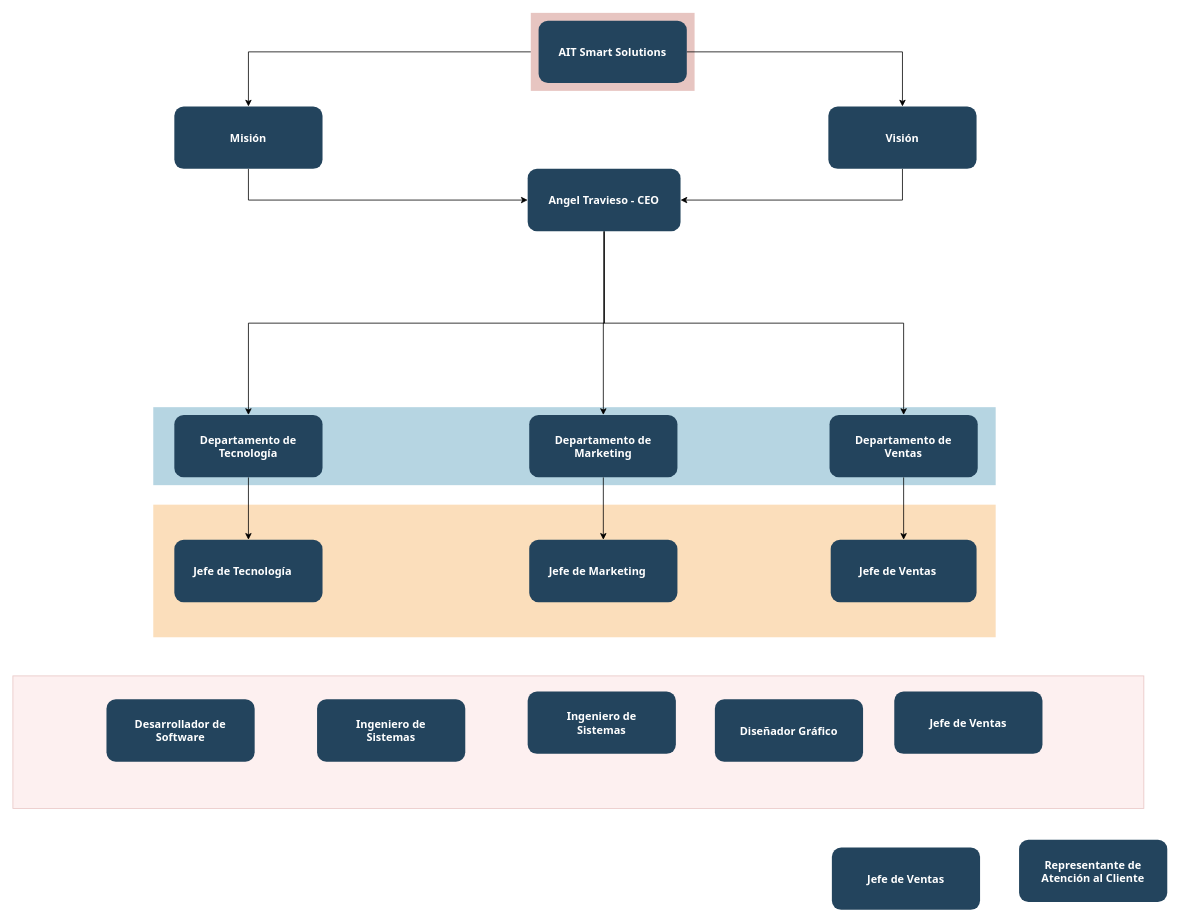
Before: Diagrama sin título.drawio in AngelTravieso/06-cinemapedia, a draw.io diagram. Source tidied: cells renumbered, new cells numbered last; positions are measured from the earlier drawing's top-left corner, leaving out a move shared by most shapes. Both pictures are drawn from the tidied source at 78%, with x=0, y=0 at pixel (12, 12).
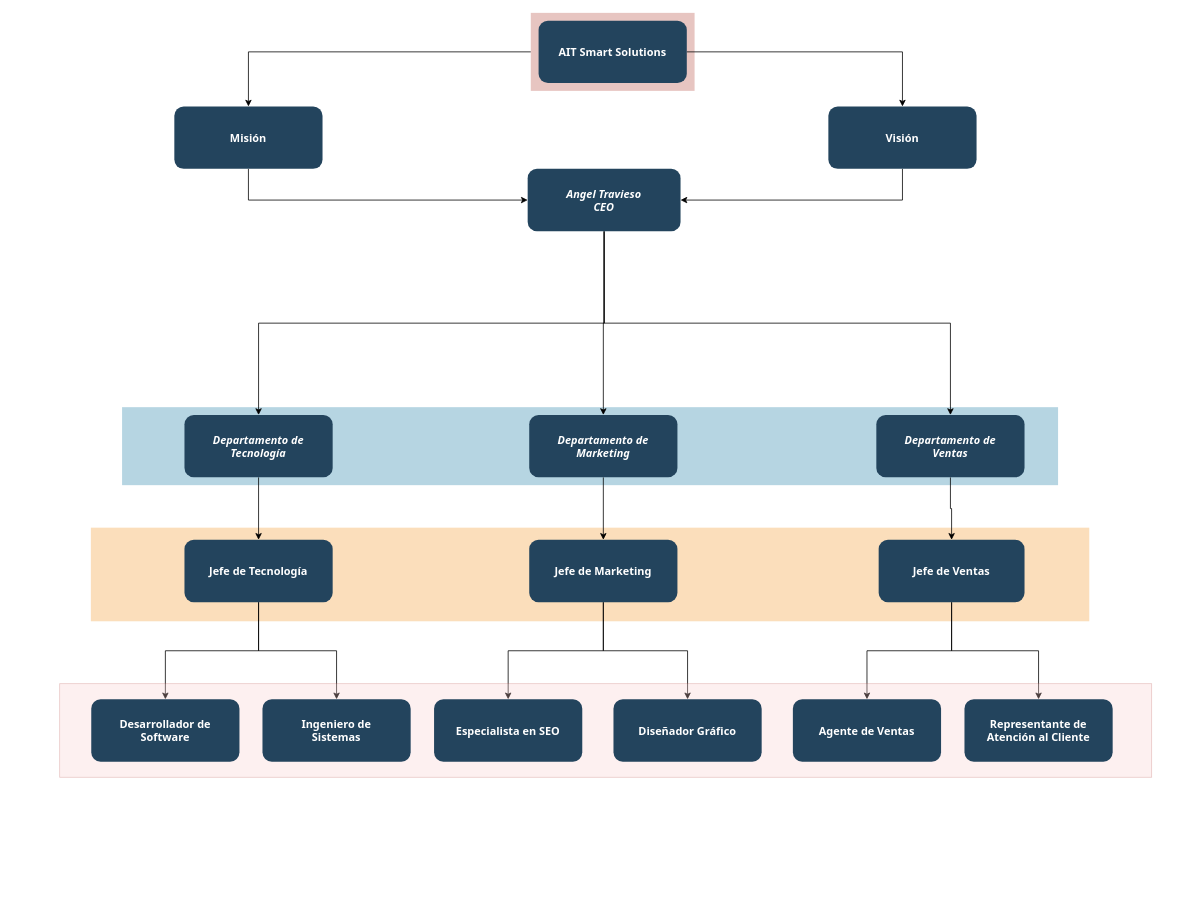
The same page after the edit.

Commit message:
Organizacion y metodos

What changed in the source:
```diff
@@
     <mxCell id="4" style="fillColor=#10739E;strokeColor=none;opacity=30;" parent="1" vertex="1">
-      <mxGeometry x="180" y="505.5" width="1080" height="100" as="geometry" />
+      <mxGeometry x="140" y="505.5" width="1200" height="100" as="geometry" />
     </mxCell>
     <mxCell id="5" style="fillColor=#F2931E;strokeColor=none;opacity=30;" parent="1" vertex="1">
-      <mxGeometry x="180" y="630.5" width="1080" height="170" as="geometry" />
+      <mxGeometry x="100" y="660" width="1280" height="120" as="geometry" />
     </mxCell>
@@
-    <mxCell id="9" value="Departamento de&#10;Ventas" style="rounded=1;fillColor=#23445D;gradientColor=none;strokeColor=none;fontColor=#FFFFFF;fontStyle=1;fontFamily=Tahoma;fontSize=14;" parent="1" vertex="1">
-      <mxGeometry x="1047" y="515.5" width="190" height="80" as="geometry" />
+    <mxCell id="9" value="Departamento de&#10;Ventas" style="rounded=1;fillColor=#23445D;gradientColor=none;strokeColor=none;fontColor=#FFFFFF;fontStyle=3;fontFamily=Tahoma;fontSize=14;" parent="1" vertex="1">
+      <mxGeometry x="1107" y="515.5" width="190" height="80" as="geometry" />
     </mxCell>
@@
-    <mxCell id="11" value="Departamento de&#10;Marketing" style="rounded=1;fillColor=#23445D;gradientColor=none;strokeColor=none;fontColor=#FFFFFF;fontStyle=1;fontFamily=Tahoma;fontSize=14;" parent="1" vertex="1">
+    <mxCell id="11" value="Departamento de&#10;Marketing" style="rounded=1;fillColor=#23445D;gradientColor=none;strokeColor=none;fontColor=#FFFFFF;fontStyle=3;fontFamily=Tahoma;fontSize=14;" parent="1" vertex="1">
       <mxGeometry x="662" y="515.5" width="190" height="80" as="geometry" />
     </mxCell>
@@
-    <mxCell id="13" value="Departamento de &#10;Tecnología" style="rounded=1;fillColor=#23445D;gradientColor=none;strokeColor=none;fontColor=#FFFFFF;fontStyle=1;fontFamily=Tahoma;fontSize=14;" parent="1" vertex="1">
-      <mxGeometry x="207" y="515.5" width="190" height="80" as="geometry" />
+    <mxCell id="13" value="Departamento de &#10;Tecnología" style="rounded=1;fillColor=#23445D;gradientColor=none;strokeColor=none;fontColor=#FFFFFF;fontStyle=3;fontFamily=Tahoma;fontSize=14;" parent="1" vertex="1">
+      <mxGeometry x="220" y="515.5" width="190" height="80" as="geometry" />
     </mxCell>
@@
-    <mxCell id="21" value="Angel Travieso - CEO" style="rounded=1;fillColor=#23445D;gradientColor=none;strokeColor=none;fontColor=#FFFFFF;fontStyle=1;fontFamily=Tahoma;fontSize=14;" parent="1" vertex="1">
+    <mxCell id="21" value="Angel Travieso&#10;CEO" style="rounded=1;fillColor=#23445D;gradientColor=none;strokeColor=none;fontColor=#FFFFFF;fontStyle=3;fontFamily=Tahoma;fontSize=14;" parent="1" vertex="1">
       <mxGeometry x="660" y="200" width="196" height="80" as="geometry" />
     </mxCell>
+    <mxCell id="33" style="edgeStyle=orthogonalEdgeStyle;rounded=0;jettySize=auto;html=1;exitX=0.5;exitY=1;exitDx=0;exitDy=0;" parent="1" edge="1" source="22" target="27">
+      <mxGeometry relative="1" as="geometry" />
+    </mxCell>
+    <mxCell id="34" style="edgeStyle=orthogonalEdgeStyle;rounded=0;jettySize=auto;html=1;exitX=0.5;exitY=1;exitDx=0;exitDy=0;entryX=0.5;entryY=0;entryDx=0;entryDy=0;" parent="1" edge="1" source="22" target="26">
+      <mxGeometry relative="1" as="geometry" />
+    </mxCell>
-    <mxCell id="22" value="Jefe de Tecnología    " style="rounded=1;fillColor=#23445D;gradientColor=none;strokeColor=none;fontColor=#FFFFFF;fontStyle=1;fontFamily=Tahoma;fontSize=14;" parent="1" vertex="1">
-      <mxGeometry x="207" y="675.5" width="190" height="80" as="geometry" />
+    <mxCell id="22" value="Jefe de Tecnología" style="rounded=1;fillColor=#23445D;gradientColor=none;strokeColor=none;fontColor=#FFFFFF;fontStyle=1;fontFamily=Tahoma;fontSize=14;" parent="1" vertex="1">
+      <mxGeometry x="220" y="675.5" width="190" height="80" as="geometry" />
     </mxCell>
+    <mxCell id="35" style="edgeStyle=orthogonalEdgeStyle;rounded=0;jettySize=auto;html=1;exitX=0.5;exitY=1;exitDx=0;exitDy=0;" parent="1" edge="1" source="23" target="28">
+      <mxGeometry relative="1" as="geometry" />
+    </mxCell>
+    <mxCell id="36" style="edgeStyle=orthogonalEdgeStyle;rounded=0;jettySize=auto;html=1;exitX=0.5;exitY=1;exitDx=0;exitDy=0;entryX=0.5;entryY=0;entryDx=0;entryDy=0;" parent="1" edge="1" source="23" target="29">
+      <mxGeometry relative="1" as="geometry" />
+    </mxCell>
-    <mxCell id="23" value="Jefe de Marketing    " style="rounded=1;fillColor=#23445D;gradientColor=none;strokeColor=none;fontColor=#FFFFFF;fontStyle=1;fontFamily=Tahoma;fontSize=14;" parent="1" vertex="1">
+    <mxCell id="23" value="Jefe de Marketing" style="rounded=1;fillColor=#23445D;gradientColor=none;strokeColor=none;fontColor=#FFFFFF;fontStyle=1;fontFamily=Tahoma;fontSize=14;" parent="1" vertex="1">
       <mxGeometry x="662" y="675.5" width="190" height="80" as="geometry" />
     </mxCell>
+    <mxCell id="37" style="edgeStyle=orthogonalEdgeStyle;rounded=0;jettySize=auto;html=1;exitX=0.5;exitY=1;exitDx=0;exitDy=0;" parent="1" edge="1" source="24" target="31">
+      <mxGeometry relative="1" as="geometry" />
+    </mxCell>
+    <mxCell id="38" style="edgeStyle=orthogonalEdgeStyle;rounded=0;jettySize=auto;html=1;exitX=0.5;exitY=1;exitDx=0;exitDy=0;entryX=0.5;entryY=0;entryDx=0;entryDy=0;" parent="1" edge="1" source="24" target="32">
+      <mxGeometry relative="1" as="geometry" />
+    </mxCell>
-    <mxCell id="24" value="Jefe de Ventas    " style="rounded=1;fillColor=#23445D;gradientColor=none;strokeColor=none;fontColor=#FFFFFF;fontStyle=1;fontFamily=Tahoma;fontSize=14;" parent="1" vertex="1">
-      <mxGeometry x="1048.5" y="675.5" width="187" height="80" as="geometry" />
+    <mxCell id="24" value="Jefe de Ventas" style="rounded=1;fillColor=#23445D;gradientColor=none;strokeColor=none;fontColor=#FFFFFF;fontStyle=1;fontFamily=Tahoma;fontSize=14;" parent="1" vertex="1">
+      <mxGeometry x="1110" y="675.5" width="187" height="80" as="geometry" />
     </mxCell>
     <mxCell id="25" style="fillColor=#f8cecc;strokeColor=#b85450;opacity=30;" parent="1" vertex="1">
-      <mxGeometry y="850" width="1450" height="170" as="geometry" />
+      <mxGeometry x="60" y="860" width="1400" height="120" as="geometry" />
     </mxCell>
     <mxCell id="26" value="Ingeniero de&#10;Sistemas" style="rounded=1;fillColor=#23445D;gradientColor=none;strokeColor=none;fontColor=#FFFFFF;fontStyle=1;fontFamily=Tahoma;fontSize=14;" parent="1" vertex="1">
-      <mxGeometry x="390" y="880" width="190" height="80" as="geometry" />
+      <mxGeometry x="320" y="880" width="190" height="80" as="geometry" />
     </mxCell>
     <mxCell id="27" value="Desarrollador de&#10;Software" style="rounded=1;fillColor=#23445D;gradientColor=none;strokeColor=none;fontColor=#FFFFFF;fontStyle=1;fontFamily=Tahoma;fontSize=14;" parent="1" vertex="1">
-      <mxGeometry x="120" y="880" width="190" height="80" as="geometry" />
+      <mxGeometry x="100.5" y="880" width="190" height="80" as="geometry" />
     </mxCell>
-    <mxCell id="28" value="Ingeniero de&#10;Sistemas" style="rounded=1;fillColor=#23445D;gradientColor=none;strokeColor=none;fontColor=#FFFFFF;fontStyle=1;fontFamily=Tahoma;fontSize=14;" parent="1" vertex="1">
-      <mxGeometry x="660" y="870" width="190" height="80" as="geometry" />
+    <mxCell id="28" value="Especialista en SEO" style="rounded=1;fillColor=#23445D;gradientColor=none;strokeColor=none;fontColor=#FFFFFF;fontStyle=1;fontFamily=Tahoma;fontSize=14;" parent="1" vertex="1">
+      <mxGeometry x="540" y="880" width="190" height="80" as="geometry" />
     </mxCell>
     <mxCell id="29" value="Diseñador Gráfico" style="rounded=1;fillColor=#23445D;gradientColor=none;strokeColor=none;fontColor=#FFFFFF;fontStyle=1;fontFamily=Tahoma;fontSize=14;" parent="1" vertex="1">
-      <mxGeometry x="900" y="880" width="190" height="80" as="geometry" />
+      <mxGeometry x="770" y="880" width="190" height="80" as="geometry" />
     </mxCell>
-    <mxCell id="30" value="Jefe de Ventas" style="rounded=1;fillColor=#23445D;gradientColor=none;strokeColor=none;fontColor=#FFFFFF;fontStyle=1;fontFamily=Tahoma;fontSize=14;" parent="1" vertex="1">
-      <mxGeometry x="1130" y="870" width="190" height="80" as="geometry" />
-    </mxCell>
-    <mxCell id="31" value="Jefe de Ventas" style="rounded=1;fillColor=#23445D;gradientColor=none;strokeColor=none;fontColor=#FFFFFF;fontStyle=1;fontFamily=Tahoma;fontSize=14;" parent="1" vertex="1">
-      <mxGeometry x="1050" y="1070" width="190" height="80" as="geometry" />
+    <mxCell id="31" value="Agente de Ventas" style="rounded=1;fillColor=#23445D;gradientColor=none;strokeColor=none;fontColor=#FFFFFF;fontStyle=1;fontFamily=Tahoma;fontSize=14;" parent="1" vertex="1">
+      <mxGeometry x="1000" y="880" width="190" height="80" as="geometry" />
     </mxCell>
     <mxCell id="32" value="Representante de&#10;Atención al Cliente" style="rounded=1;fillColor=#23445D;gradientColor=none;strokeColor=none;fontColor=#FFFFFF;fontStyle=1;fontFamily=Tahoma;fontSize=14;" parent="1" vertex="1">
-      <mxGeometry x="1290" y="1060" width="190" height="80" as="geometry" />
+      <mxGeometry x="1220" y="880" width="190" height="80" as="geometry" />
     </mxCell>
```
